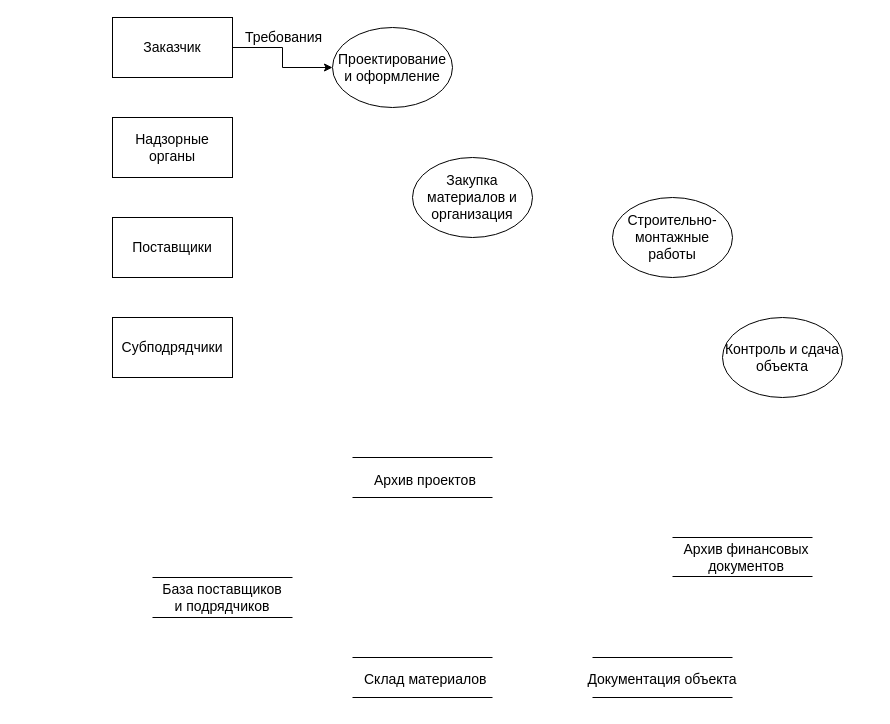
Earlier version of the draw.io diagram mbp22_1.drawio (v-tempe/draw.io). Source tidied: cells renumbered, new cells numbered last; positions are measured from the earlier drawing's top-left corner, leaving out a move shared by most shapes. Both pictures are drawn from the tidied source at 100%, with x=0, y=0 at pixel (112, 17).
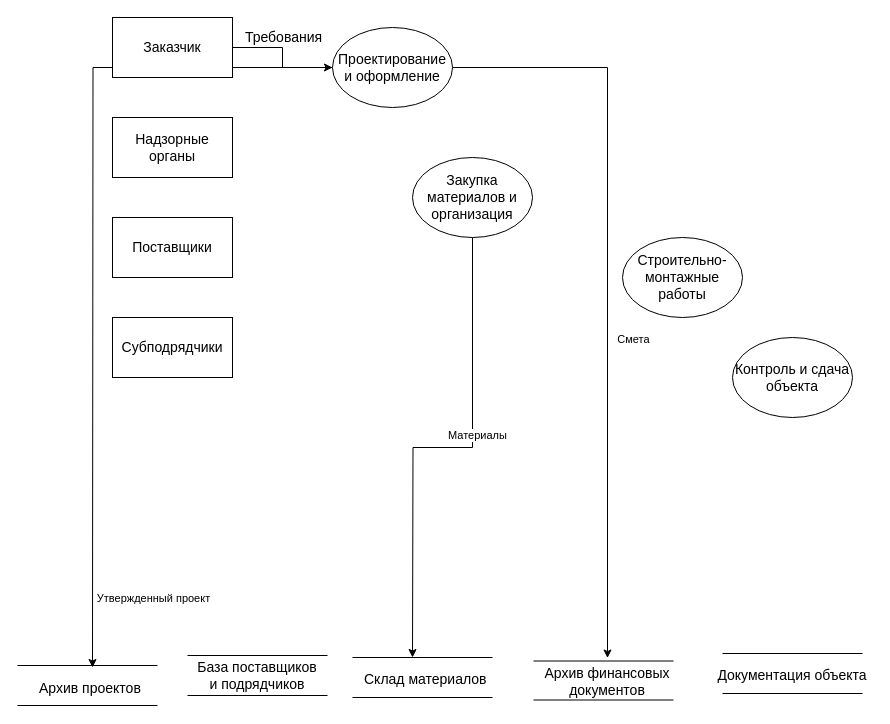
Above is the later version.

The change refers to these unchanged cells:
```xml
<mxCell id="3" value="Проектирование и оформление" style="ellipse;whiteSpace=wrap;html=1;fontSize=14;" parent="1" vertex="1">
  <mxGeometry x="220" y="10" width="120" height="80" as="geometry" />
</mxCell>
<mxCell id="5" value="Закупка материалов и организация" style="ellipse;whiteSpace=wrap;html=1;fontSize=14;" parent="1" vertex="1">
  <mxGeometry x="300" y="140" width="120" height="80" as="geometry" />
</mxCell>
```

Diff of the diagram source:
```diff
@@
     <mxCell id="2" value="Строительно-монтажные работы" style="ellipse;whiteSpace=wrap;html=1;fontSize=14;" parent="1" vertex="1">
-      <mxGeometry x="500" y="180" width="120" height="80" as="geometry" />
+      <mxGeometry x="510" y="220" width="120" height="80" as="geometry" />
     </mxCell>
+    <mxCell id="27" style="edgeStyle=orthogonalEdgeStyle;rounded=0;jettySize=auto;html=1;" parent="1" edge="1" source="3" target="25">
+      <mxGeometry relative="1" as="geometry" />
+    </mxCell>
+    <mxCell id="28" value="Смета" style="edgeLabel;html=1;align=center;verticalAlign=middle;" parent="27" vertex="1">
+      <mxGeometry x="-0.26" y="-4" relative="1" as="geometry">
+        <mxPoint x="29" y="150" as="offset" />
+      </mxGeometry>
+    </mxCell>
+    <mxCell id="29" style="edgeStyle=orthogonalEdgeStyle;rounded=0;jettySize=auto;html=1;" parent="1" edge="1" source="3">
+      <mxGeometry relative="1" as="geometry">
+        <mxPoint x="-20" y="650" as="targetPoint" />
+      </mxGeometry>
+    </mxCell>
@@
     <mxCell id="4" value="Контроль и сдача объекта" style="ellipse;whiteSpace=wrap;html=1;fontSize=14;" parent="1" vertex="1">
-      <mxGeometry x="610" y="300" width="120" height="80" as="geometry" />
+      <mxGeometry x="620" y="320" width="120" height="80" as="geometry" />
     </mxCell>
+    <mxCell id="30" style="edgeStyle=orthogonalEdgeStyle;rounded=0;jettySize=auto;html=1;" parent="1" edge="1" source="5">
+      <mxGeometry relative="1" as="geometry">
+        <mxPoint x="300" y="640" as="targetPoint" />
+      </mxGeometry>
+    </mxCell>
+    <mxCell id="31" value="Материалы" style="edgeLabel;html=1;align=center;verticalAlign=middle;" parent="30" vertex="1">
+      <mxGeometry x="-0.18" y="4" relative="1" as="geometry" />
+    </mxCell>
@@
     <mxCell id="12" style="endArrow=none;html=1;rounded=0;fontSize=14;" parent="1" edge="1">
       <mxGeometry relative="1" as="geometry">
-        <mxPoint x="240" y="480" as="sourcePoint" />
-        <mxPoint x="380" y="480" as="targetPoint" />
+        <mxPoint x="-95" y="688" as="sourcePoint" />
+        <mxPoint x="45" y="688" as="targetPoint" />
       </mxGeometry>
     </mxCell>
     <mxCell id="13" value="Архив проектов" style="text;whiteSpace=wrap;fontSize=14;" parent="1" vertex="1">
-      <mxGeometry x="260" y="448" width="110" height="25" as="geometry" />
+      <mxGeometry x="-75" y="656" width="110" height="25" as="geometry" />
     </mxCell>
     <mxCell id="14" style="endArrow=none;html=1;rounded=0;fontSize=14;" parent="1" edge="1">
       <mxGeometry relative="1" as="geometry">
-        <mxPoint x="40" y="560" as="sourcePoint" />
-        <mxPoint x="180" y="560" as="targetPoint" />
+        <mxPoint x="75" y="638" as="sourcePoint" />
+        <mxPoint x="215" y="638" as="targetPoint" />
       </mxGeometry>
     </mxCell>
     <mxCell id="15" style="endArrow=none;html=1;rounded=0;fontSize=14;" parent="1" edge="1">
       <mxGeometry relative="1" as="geometry">
-        <mxPoint x="40" y="600" as="sourcePoint" />
-        <mxPoint x="180" y="600" as="targetPoint" />
+        <mxPoint x="75" y="678" as="sourcePoint" />
+        <mxPoint x="215" y="678" as="targetPoint" />
       </mxGeometry>
     </mxCell>
@@
     <mxCell id="18" style="endArrow=none;html=1;rounded=0;fontSize=14;" parent="1" edge="1">
       <mxGeometry relative="1" as="geometry">
-        <mxPoint x="480" y="640" as="sourcePoint" />
-        <mxPoint x="620" y="640" as="targetPoint" />
+        <mxPoint x="610" y="636" as="sourcePoint" />
+        <mxPoint x="750" y="636" as="targetPoint" />
       </mxGeometry>
     </mxCell>
     <mxCell id="19" style="endArrow=none;html=1;rounded=0;fontSize=14;" parent="1" edge="1">
       <mxGeometry relative="1" as="geometry">
-        <mxPoint x="480" y="680" as="sourcePoint" />
-        <mxPoint x="620" y="680" as="targetPoint" />
+        <mxPoint x="610" y="676" as="sourcePoint" />
+        <mxPoint x="750" y="676" as="targetPoint" />
       </mxGeometry>
     </mxCell>
     <mxCell id="20" style="endArrow=none;html=1;rounded=0;fontSize=14;" parent="1" edge="1">
       <mxGeometry relative="1" as="geometry">
-        <mxPoint x="560" y="520" as="sourcePoint" />
-        <mxPoint x="700" y="520" as="targetPoint" />
+        <mxPoint x="421" y="643.5" as="sourcePoint" />
+        <mxPoint x="561" y="643.5" as="targetPoint" />
       </mxGeometry>
     </mxCell>
     <mxCell id="21" style="endArrow=none;html=1;rounded=0;fontSize=14;" parent="1" edge="1">
       <mxGeometry relative="1" as="geometry">
-        <mxPoint x="560" y="559" as="sourcePoint" />
-        <mxPoint x="700" y="559" as="targetPoint" />
+        <mxPoint x="421" y="682.5" as="sourcePoint" />
+        <mxPoint x="561" y="682.5" as="targetPoint" />
       </mxGeometry>
     </mxCell>
     <mxCell id="22" value="База поставщиков&#10;и подрядчиков" style="text;whiteSpace=wrap;align=center;fontSize=14;" parent="1" vertex="1">
-      <mxGeometry x="45" y="557" width="130" height="40" as="geometry" />
+      <mxGeometry x="80" y="635" width="130" height="40" as="geometry" />
     </mxCell>
     <mxCell id="23" style="endArrow=none;html=1;rounded=0;fontSize=14;" parent="1" edge="1">
       <mxGeometry relative="1" as="geometry">
-        <mxPoint x="240" y="440" as="sourcePoint" />
-        <mxPoint x="380" y="440" as="targetPoint" />
+        <mxPoint x="-95" y="648" as="sourcePoint" />
+        <mxPoint x="45" y="648" as="targetPoint" />
       </mxGeometry>
     </mxCell>
@@
     <mxCell id="25" value="Архив финансовых документов" style="text;whiteSpace=wrap;align=center;fontSize=14;" parent="1" vertex="1">
-      <mxGeometry x="549" y="517" width="170" height="40" as="geometry" />
+      <mxGeometry x="410" y="640.5" width="170" height="40" as="geometry" />
     </mxCell>
     <mxCell id="26" value="Документация объекта" style="text;whiteSpace=wrap;align=center;fontSize=14;" parent="1" vertex="1">
-      <mxGeometry x="470" y="647" width="160" height="30" as="geometry" />
+      <mxGeometry x="600" y="643" width="160" height="30" as="geometry" />
     </mxCell>
+    <mxCell id="32" value="Утвержденный проект" style="edgeLabel;html=1;align=center;verticalAlign=middle;" parent="1" vertex="1">
+      <mxGeometry x="40" y="580" as="geometry" />
+    </mxCell>
```
